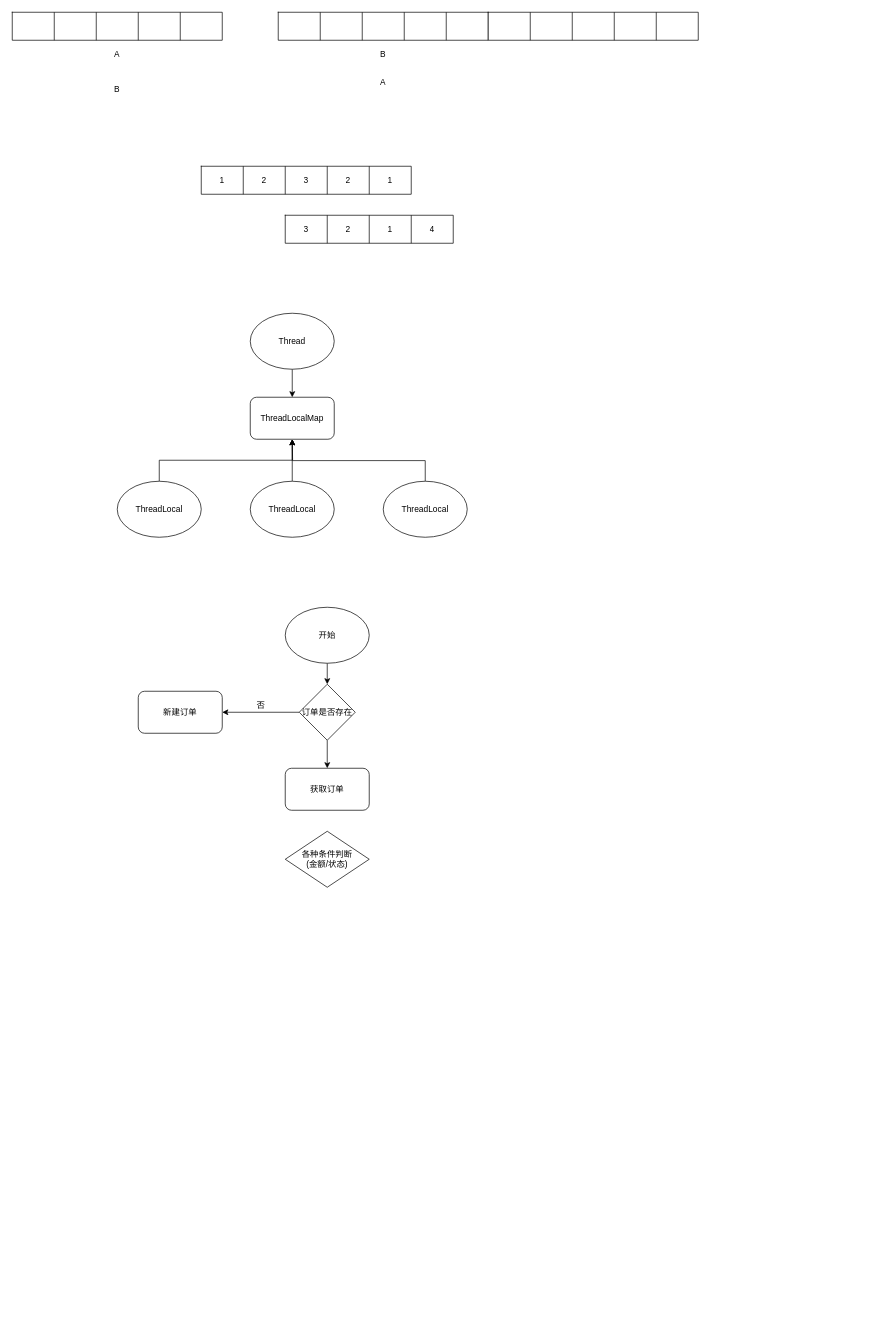
Earlier version of the draw.io diagram temp.drawio (deerio/draw-io). Source tidied: cells renumbered, new cells numbered last; positions are measured from the earlier drawing's top-left corner, leaving out a move shared by most shapes. Both pictures are drawn from the tidied source at 70%, with x=0, y=0 at pixel (12, 12).
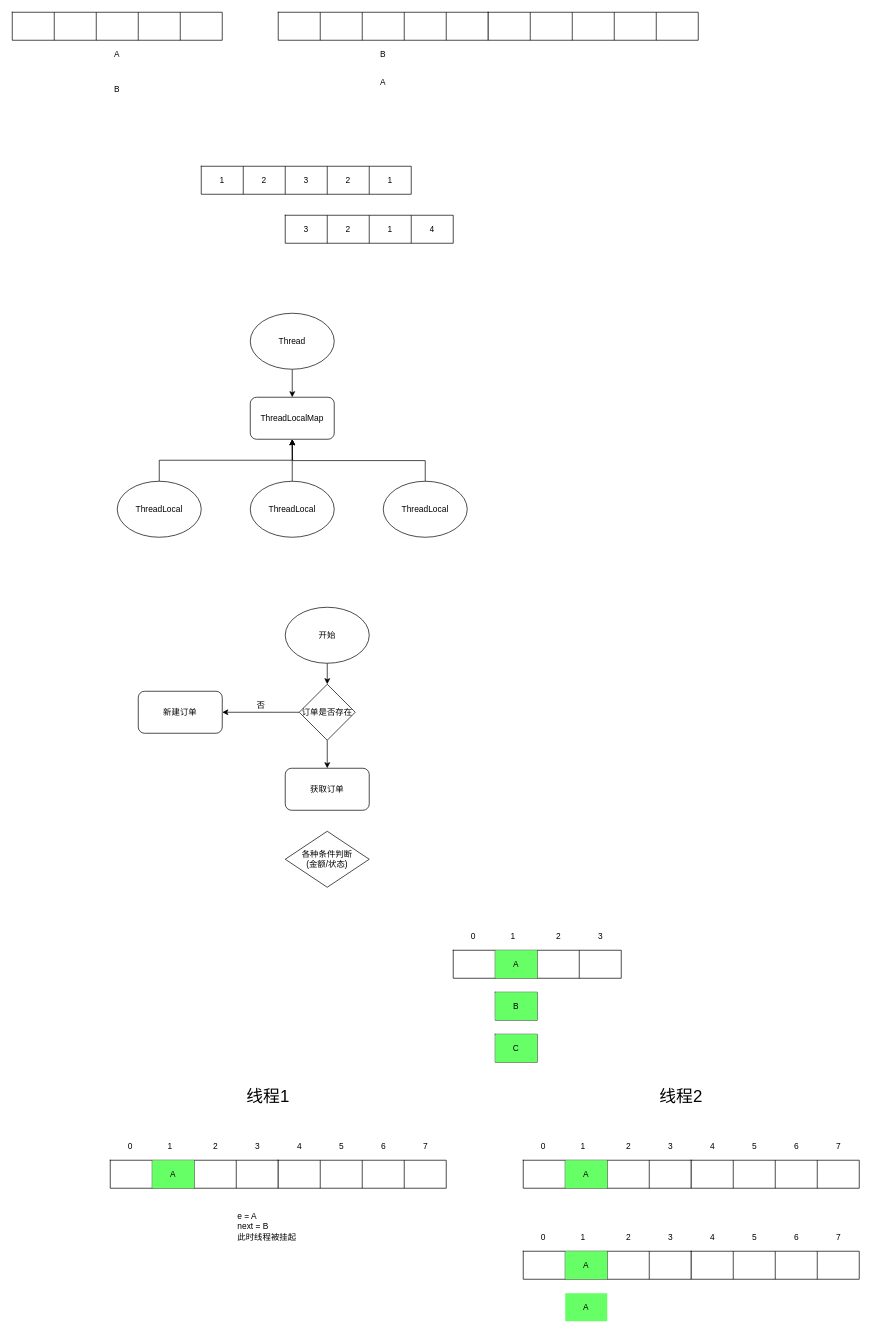
After the change.

Diff of the diagram source:
```diff
@@
+    <mxCell id="58" style="shape=table;html=1;whiteSpace=wrap;startSize=0;childLayout=tableLayout;" parent="1" vertex="1">
+      <mxGeometry x="630" y="1340" width="240" height="40" as="geometry" />
+    </mxCell>
+    <mxCell id="59" style="shape=partialRectangle;html=1;whiteSpace=wrap;fillColor=none;top=0;left=0;bottom=0;right=0;" parent="58" vertex="1">
+      <mxGeometry width="240" height="40" as="geometry" />
+    </mxCell>
+    <mxCell id="60" style="shape=partialRectangle;html=1;whiteSpace=wrap;overflow=hidden;fillColor=none;top=0;left=0;bottom=0;right=0;" parent="59" vertex="1">
+      <mxGeometry width="60" height="40" as="geometry" />
+    </mxCell>
+    <mxCell id="61" value="A" style="shape=partialRectangle;html=1;whiteSpace=wrap;overflow=hidden;fillColor=#66FF66;top=0;left=0;bottom=0;right=0;" parent="59" vertex="1">
+      <mxGeometry x="60" width="60" height="40" as="geometry" />
+    </mxCell>
+    <mxCell id="62" style="shape=partialRectangle;html=1;whiteSpace=wrap;overflow=hidden;fillColor=none;top=0;left=0;bottom=0;right=0;" parent="59" vertex="1">
+      <mxGeometry x="120" width="60" height="40" as="geometry" />
+    </mxCell>
+    <mxCell id="63" style="shape=partialRectangle;html=1;whiteSpace=wrap;overflow=hidden;fillColor=none;top=0;left=0;bottom=0;right=0;" parent="59" vertex="1">
+      <mxGeometry x="180" width="60" height="40" as="geometry" />
+    </mxCell>
+    <mxCell id="64" value="0&amp;nbsp;" style="text;html=1;align=center;verticalAlign=middle;strokeColor=none;" parent="1" vertex="1">
+      <mxGeometry x="645" y="1310" width="30" height="20" as="geometry" />
+    </mxCell>
+    <mxCell id="65" value="1" style="text;html=1;align=center;verticalAlign=middle;strokeColor=none;" parent="1" vertex="1">
+      <mxGeometry x="705" y="1310" width="20" height="20" as="geometry" />
+    </mxCell>
+    <mxCell id="66" value="2" style="text;html=1;align=center;verticalAlign=middle;strokeColor=none;" parent="1" vertex="1">
+      <mxGeometry x="770" y="1310" width="20" height="20" as="geometry" />
+    </mxCell>
+    <mxCell id="67" value="3" style="text;html=1;align=center;verticalAlign=middle;strokeColor=none;" parent="1" vertex="1">
+      <mxGeometry x="830" y="1310" width="20" height="20" as="geometry" />
+    </mxCell>
+    <mxCell id="68" style="shape=table;html=1;whiteSpace=wrap;startSize=0;childLayout=tableLayout;" parent="1" vertex="1">
+      <mxGeometry x="690" y="1400" width="60" height="40" as="geometry" />
+    </mxCell>
+    <mxCell id="69" style="shape=partialRectangle;html=1;whiteSpace=wrap;fillColor=none;top=0;left=0;bottom=0;right=0;" parent="68" vertex="1">
+      <mxGeometry width="60" height="40" as="geometry" />
+    </mxCell>
+    <mxCell id="70" value="B" style="shape=partialRectangle;html=1;whiteSpace=wrap;overflow=hidden;fillColor=#66FF66;top=0;left=0;bottom=0;right=0;" parent="69" vertex="1">
+      <mxGeometry width="60" height="40" as="geometry" />
+    </mxCell>
+    <mxCell id="71" style="shape=table;html=1;whiteSpace=wrap;startSize=0;childLayout=tableLayout;" parent="1" vertex="1">
+      <mxGeometry x="690" y="1460" width="60" height="40" as="geometry" />
+    </mxCell>
+    <mxCell id="72" style="shape=partialRectangle;html=1;whiteSpace=wrap;fillColor=none;top=0;left=0;bottom=0;right=0;" parent="71" vertex="1">
+      <mxGeometry width="60" height="40" as="geometry" />
+    </mxCell>
+    <mxCell id="73" value="C" style="shape=partialRectangle;html=1;whiteSpace=wrap;overflow=hidden;fillColor=#66FF66;top=0;left=0;bottom=0;right=0;" parent="72" vertex="1">
+      <mxGeometry width="60" height="40" as="geometry" />
+    </mxCell>
+    <mxCell id="74" style="shape=table;html=1;whiteSpace=wrap;startSize=0;childLayout=tableLayout;" parent="1" vertex="1">
+      <mxGeometry x="140" y="1640" width="240" height="40" as="geometry" />
+    </mxCell>
+    <mxCell id="75" style="shape=partialRectangle;html=1;whiteSpace=wrap;fillColor=none;top=0;left=0;bottom=0;right=0;" parent="74" vertex="1">
+      <mxGeometry width="240" height="40" as="geometry" />
+    </mxCell>
+    <mxCell id="76" style="shape=partialRectangle;html=1;whiteSpace=wrap;overflow=hidden;fillColor=none;top=0;left=0;bottom=0;right=0;" parent="75" vertex="1">
+      <mxGeometry width="60" height="40" as="geometry" />
+    </mxCell>
+    <mxCell id="77" value="A" style="shape=partialRectangle;html=1;whiteSpace=wrap;overflow=hidden;fillColor=#66FF66;top=0;left=0;bottom=0;right=0;" parent="75" vertex="1">
+      <mxGeometry x="60" width="60" height="40" as="geometry" />
+    </mxCell>
+    <mxCell id="78" style="shape=partialRectangle;html=1;whiteSpace=wrap;overflow=hidden;fillColor=none;top=0;left=0;bottom=0;right=0;" parent="75" vertex="1">
+      <mxGeometry x="120" width="60" height="40" as="geometry" />
+    </mxCell>
+    <mxCell id="79" style="shape=partialRectangle;html=1;whiteSpace=wrap;overflow=hidden;fillColor=none;top=0;left=0;bottom=0;right=0;" parent="75" vertex="1">
+      <mxGeometry x="180" width="60" height="40" as="geometry" />
+    </mxCell>
+    <mxCell id="80" value="0&amp;nbsp;" style="text;html=1;align=center;verticalAlign=middle;strokeColor=none;" parent="1" vertex="1">
+      <mxGeometry x="155" y="1610" width="30" height="20" as="geometry" />
+    </mxCell>
+    <mxCell id="81" value="1" style="text;html=1;align=center;verticalAlign=middle;strokeColor=none;" parent="1" vertex="1">
+      <mxGeometry x="215" y="1610" width="20" height="20" as="geometry" />
+    </mxCell>
+    <mxCell id="82" value="2" style="text;html=1;align=center;verticalAlign=middle;strokeColor=none;" parent="1" vertex="1">
+      <mxGeometry x="280" y="1610" width="20" height="20" as="geometry" />
+    </mxCell>
+    <mxCell id="83" value="3" style="text;html=1;align=center;verticalAlign=middle;strokeColor=none;" parent="1" vertex="1">
+      <mxGeometry x="340" y="1610" width="20" height="20" as="geometry" />
+    </mxCell>
+    <mxCell id="84" style="shape=table;html=1;whiteSpace=wrap;startSize=0;childLayout=tableLayout;fillColor=#FFFFFF;" parent="1" vertex="1">
+      <mxGeometry x="380" y="1640" width="240" height="40" as="geometry" />
+    </mxCell>
+    <mxCell id="85" style="shape=partialRectangle;html=1;whiteSpace=wrap;fillColor=none;top=0;left=0;bottom=0;right=0;" parent="84" vertex="1">
+      <mxGeometry width="240" height="40" as="geometry" />
+    </mxCell>
+    <mxCell id="86" style="shape=partialRectangle;html=1;whiteSpace=wrap;overflow=hidden;fillColor=none;top=0;left=0;bottom=0;right=0;" parent="85" vertex="1">
+      <mxGeometry width="60" height="40" as="geometry" />
+    </mxCell>
+    <mxCell id="87" style="shape=partialRectangle;html=1;whiteSpace=wrap;overflow=hidden;fillColor=none;top=0;left=0;bottom=0;right=0;" parent="85" vertex="1">
+      <mxGeometry x="60" width="60" height="40" as="geometry" />
+    </mxCell>
+    <mxCell id="88" style="shape=partialRectangle;html=1;whiteSpace=wrap;overflow=hidden;fillColor=none;top=0;left=0;bottom=0;right=0;" parent="85" vertex="1">
+      <mxGeometry x="120" width="60" height="40" as="geometry" />
+    </mxCell>
+    <mxCell id="89" style="shape=partialRectangle;html=1;whiteSpace=wrap;overflow=hidden;fillColor=none;top=0;left=0;bottom=0;right=0;" parent="85" vertex="1">
+      <mxGeometry x="180" width="60" height="40" as="geometry" />
+    </mxCell>
+    <mxCell id="90" value="4" style="text;html=1;align=center;verticalAlign=middle;strokeColor=none;" parent="1" vertex="1">
+      <mxGeometry x="400" y="1610" width="20" height="20" as="geometry" />
+    </mxCell>
+    <mxCell id="91" value="5" style="text;html=1;align=center;verticalAlign=middle;strokeColor=none;" parent="1" vertex="1">
+      <mxGeometry x="460" y="1610" width="20" height="20" as="geometry" />
+    </mxCell>
+    <mxCell id="92" value="6" style="text;html=1;align=center;verticalAlign=middle;strokeColor=none;" parent="1" vertex="1">
+      <mxGeometry x="520" y="1610" width="20" height="20" as="geometry" />
+    </mxCell>
+    <mxCell id="93" value="7" style="text;html=1;align=center;verticalAlign=middle;strokeColor=none;" parent="1" vertex="1">
+      <mxGeometry x="580" y="1610" width="20" height="20" as="geometry" />
+    </mxCell>
+    <mxCell id="94" value="&lt;font style=&quot;font-size: 24px&quot;&gt;线程1&lt;/font&gt;" style="text;html=1;align=center;verticalAlign=middle;strokeColor=none;" parent="1" vertex="1">
+      <mxGeometry x="325" y="1540" width="80" height="20" as="geometry" />
+    </mxCell>
+    <mxCell id="95" value="e = A&lt;br&gt;next = B&lt;br&gt;此时线程被挂起" style="text;html=1;align=left;verticalAlign=middle;strokeColor=none;" parent="1" vertex="1">
+      <mxGeometry x="320" y="1710" width="100" height="50" as="geometry" />
+    </mxCell>
+    <mxCell id="96" style="shape=table;html=1;whiteSpace=wrap;startSize=0;childLayout=tableLayout;" parent="1" vertex="1">
+      <mxGeometry x="730" y="1640" width="240" height="40" as="geometry" />
+    </mxCell>
+    <mxCell id="97" style="shape=partialRectangle;html=1;whiteSpace=wrap;fillColor=none;top=0;left=0;bottom=0;right=0;" parent="96" vertex="1">
+      <mxGeometry width="240" height="40" as="geometry" />
+    </mxCell>
+    <mxCell id="98" style="shape=partialRectangle;html=1;whiteSpace=wrap;overflow=hidden;fillColor=none;top=0;left=0;bottom=0;right=0;" parent="97" vertex="1">
+      <mxGeometry width="60" height="40" as="geometry" />
+    </mxCell>
+    <mxCell id="99" value="A" style="shape=partialRectangle;html=1;whiteSpace=wrap;overflow=hidden;fillColor=#66FF66;top=0;left=0;bottom=0;right=0;" parent="97" vertex="1">
+      <mxGeometry x="60" width="60" height="40" as="geometry" />
+    </mxCell>
+    <mxCell id="100" style="shape=partialRectangle;html=1;whiteSpace=wrap;overflow=hidden;fillColor=none;top=0;left=0;bottom=0;right=0;" parent="97" vertex="1">
+      <mxGeometry x="120" width="60" height="40" as="geometry" />
+    </mxCell>
+    <mxCell id="101" style="shape=partialRectangle;html=1;whiteSpace=wrap;overflow=hidden;fillColor=none;top=0;left=0;bottom=0;right=0;" parent="97" vertex="1">
+      <mxGeometry x="180" width="60" height="40" as="geometry" />
+    </mxCell>
+    <mxCell id="102" value="0&amp;nbsp;" style="text;html=1;align=center;verticalAlign=middle;strokeColor=none;" parent="1" vertex="1">
+      <mxGeometry x="745" y="1610" width="30" height="20" as="geometry" />
+    </mxCell>
+    <mxCell id="103" value="1" style="text;html=1;align=center;verticalAlign=middle;strokeColor=none;" parent="1" vertex="1">
+      <mxGeometry x="805" y="1610" width="20" height="20" as="geometry" />
+    </mxCell>
+    <mxCell id="104" value="2" style="text;html=1;align=center;verticalAlign=middle;strokeColor=none;" parent="1" vertex="1">
+      <mxGeometry x="870" y="1610" width="20" height="20" as="geometry" />
+    </mxCell>
+    <mxCell id="105" value="3" style="text;html=1;align=center;verticalAlign=middle;strokeColor=none;" parent="1" vertex="1">
+      <mxGeometry x="930" y="1610" width="20" height="20" as="geometry" />
+    </mxCell>
+    <mxCell id="106" style="shape=table;html=1;whiteSpace=wrap;startSize=0;childLayout=tableLayout;fillColor=#FFFFFF;" parent="1" vertex="1">
+      <mxGeometry x="970" y="1640" width="240" height="40" as="geometry" />
+    </mxCell>
+    <mxCell id="107" style="shape=partialRectangle;html=1;whiteSpace=wrap;fillColor=none;top=0;left=0;bottom=0;right=0;" parent="106" vertex="1">
+      <mxGeometry width="240" height="40" as="geometry" />
+    </mxCell>
+    <mxCell id="108" style="shape=partialRectangle;html=1;whiteSpace=wrap;overflow=hidden;fillColor=none;top=0;left=0;bottom=0;right=0;" parent="107" vertex="1">
+      <mxGeometry width="60" height="40" as="geometry" />
+    </mxCell>
+    <mxCell id="109" style="shape=partialRectangle;html=1;whiteSpace=wrap;overflow=hidden;fillColor=none;top=0;left=0;bottom=0;right=0;" parent="107" vertex="1">
+      <mxGeometry x="60" width="60" height="40" as="geometry" />
+    </mxCell>
+    <mxCell id="110" style="shape=partialRectangle;html=1;whiteSpace=wrap;overflow=hidden;fillColor=none;top=0;left=0;bottom=0;right=0;" parent="107" vertex="1">
+      <mxGeometry x="120" width="60" height="40" as="geometry" />
+    </mxCell>
+    <mxCell id="111" style="shape=partialRectangle;html=1;whiteSpace=wrap;overflow=hidden;fillColor=none;top=0;left=0;bottom=0;right=0;" parent="107" vertex="1">
+      <mxGeometry x="180" width="60" height="40" as="geometry" />
+    </mxCell>
+    <mxCell id="112" value="4" style="text;html=1;align=center;verticalAlign=middle;strokeColor=none;" parent="1" vertex="1">
+      <mxGeometry x="990" y="1610" width="20" height="20" as="geometry" />
+    </mxCell>
+    <mxCell id="113" value="5" style="text;html=1;align=center;verticalAlign=middle;strokeColor=none;" parent="1" vertex="1">
+      <mxGeometry x="1050" y="1610" width="20" height="20" as="geometry" />
+    </mxCell>
+    <mxCell id="114" value="6" style="text;html=1;align=center;verticalAlign=middle;strokeColor=none;" parent="1" vertex="1">
+      <mxGeometry x="1110" y="1610" width="20" height="20" as="geometry" />
+    </mxCell>
+    <mxCell id="115" value="7" style="text;html=1;align=center;verticalAlign=middle;strokeColor=none;" parent="1" vertex="1">
+      <mxGeometry x="1170" y="1610" width="20" height="20" as="geometry" />
+    </mxCell>
+    <mxCell id="116" value="&lt;font style=&quot;font-size: 24px&quot;&gt;线程2&lt;/font&gt;" style="text;html=1;align=center;verticalAlign=middle;strokeColor=none;" parent="1" vertex="1">
+      <mxGeometry x="915" y="1540" width="80" height="20" as="geometry" />
+    </mxCell>
+    <mxCell id="117" style="shape=table;html=1;whiteSpace=wrap;startSize=0;childLayout=tableLayout;" parent="1" vertex="1">
+      <mxGeometry x="730" y="1770" width="240" height="40" as="geometry" />
+    </mxCell>
+    <mxCell id="118" style="shape=partialRectangle;html=1;whiteSpace=wrap;fillColor=none;top=0;left=0;bottom=0;right=0;" parent="117" vertex="1">
+      <mxGeometry width="240" height="40" as="geometry" />
+    </mxCell>
+    <mxCell id="119" style="shape=partialRectangle;html=1;whiteSpace=wrap;overflow=hidden;fillColor=none;top=0;left=0;bottom=0;right=0;" parent="118" vertex="1">
+      <mxGeometry width="60" height="40" as="geometry" />
+    </mxCell>
+    <mxCell id="120" value="A" style="shape=partialRectangle;html=1;whiteSpace=wrap;overflow=hidden;fillColor=#66FF66;top=0;left=0;bottom=0;right=0;" parent="118" vertex="1">
+      <mxGeometry x="60" width="60" height="40" as="geometry" />
+    </mxCell>
+    <mxCell id="121" style="shape=partialRectangle;html=1;whiteSpace=wrap;overflow=hidden;fillColor=none;top=0;left=0;bottom=0;right=0;" parent="118" vertex="1">
+      <mxGeometry x="120" width="60" height="40" as="geometry" />
+    </mxCell>
+    <mxCell id="122" style="shape=partialRectangle;html=1;whiteSpace=wrap;overflow=hidden;fillColor=none;top=0;left=0;bottom=0;right=0;" parent="118" vertex="1">
+      <mxGeometry x="180" width="60" height="40" as="geometry" />
+    </mxCell>
+    <mxCell id="123" value="0&amp;nbsp;" style="text;html=1;align=center;verticalAlign=middle;strokeColor=none;" parent="1" vertex="1">
+      <mxGeometry x="745" y="1740" width="30" height="20" as="geometry" />
+    </mxCell>
+    <mxCell id="124" value="1" style="text;html=1;align=center;verticalAlign=middle;strokeColor=none;" parent="1" vertex="1">
+      <mxGeometry x="805" y="1740" width="20" height="20" as="geometry" />
+    </mxCell>
+    <mxCell id="125" value="2" style="text;html=1;align=center;verticalAlign=middle;strokeColor=none;" parent="1" vertex="1">
+      <mxGeometry x="870" y="1740" width="20" height="20" as="geometry" />
+    </mxCell>
+    <mxCell id="126" value="3" style="text;html=1;align=center;verticalAlign=middle;strokeColor=none;" parent="1" vertex="1">
+      <mxGeometry x="930" y="1740" width="20" height="20" as="geometry" />
+    </mxCell>
+    <mxCell id="127" style="shape=table;html=1;whiteSpace=wrap;startSize=0;childLayout=tableLayout;fillColor=#FFFFFF;" parent="1" vertex="1">
+      <mxGeometry x="970" y="1770" width="240" height="40" as="geometry" />
+    </mxCell>
+    <mxCell id="128" style="shape=partialRectangle;html=1;whiteSpace=wrap;fillColor=none;top=0;left=0;bottom=0;right=0;" parent="127" vertex="1">
+      <mxGeometry width="240" height="40" as="geometry" />
+    </mxCell>
+    <mxCell id="129" style="shape=partialRectangle;html=1;whiteSpace=wrap;overflow=hidden;fillColor=none;top=0;left=0;bottom=0;right=0;" parent="128" vertex="1">
+      <mxGeometry width="60" height="40" as="geometry" />
+    </mxCell>
+    <mxCell id="130" style="shape=partialRectangle;html=1;whiteSpace=wrap;overflow=hidden;fillColor=none;top=0;left=0;bottom=0;right=0;" parent="128" vertex="1">
+      <mxGeometry x="60" width="60" height="40" as="geometry" />
+    </mxCell>
+    <mxCell id="131" style="shape=partialRectangle;html=1;whiteSpace=wrap;overflow=hidden;fillColor=none;top=0;left=0;bottom=0;right=0;" parent="128" vertex="1">
+      <mxGeometry x="120" width="60" height="40" as="geometry" />
+    </mxCell>
+    <mxCell id="132" style="shape=partialRectangle;html=1;whiteSpace=wrap;overflow=hidden;fillColor=none;top=0;left=0;bottom=0;right=0;" parent="128" vertex="1">
+      <mxGeometry x="180" width="60" height="40" as="geometry" />
+    </mxCell>
+    <mxCell id="133" value="4" style="text;html=1;align=center;verticalAlign=middle;strokeColor=none;" parent="1" vertex="1">
+      <mxGeometry x="990" y="1740" width="20" height="20" as="geometry" />
+    </mxCell>
+    <mxCell id="134" value="5" style="text;html=1;align=center;verticalAlign=middle;strokeColor=none;" parent="1" vertex="1">
+      <mxGeometry x="1050" y="1740" width="20" height="20" as="geometry" />
+    </mxCell>
+    <mxCell id="135" value="6" style="text;html=1;align=center;verticalAlign=middle;strokeColor=none;" parent="1" vertex="1">
+      <mxGeometry x="1110" y="1740" width="20" height="20" as="geometry" />
+    </mxCell>
+    <mxCell id="136" value="7" style="text;html=1;align=center;verticalAlign=middle;strokeColor=none;" parent="1" vertex="1">
+      <mxGeometry x="1170" y="1740" width="20" height="20" as="geometry" />
+    </mxCell>
+    <mxCell id="137" value="A" style="shape=partialRectangle;html=1;whiteSpace=wrap;overflow=hidden;fillColor=#66FF66;top=0;left=0;bottom=0;right=0;" parent="1" vertex="1">
+      <mxGeometry x="790" y="1830" width="60" height="40" as="geometry" />
+    </mxCell>
```
